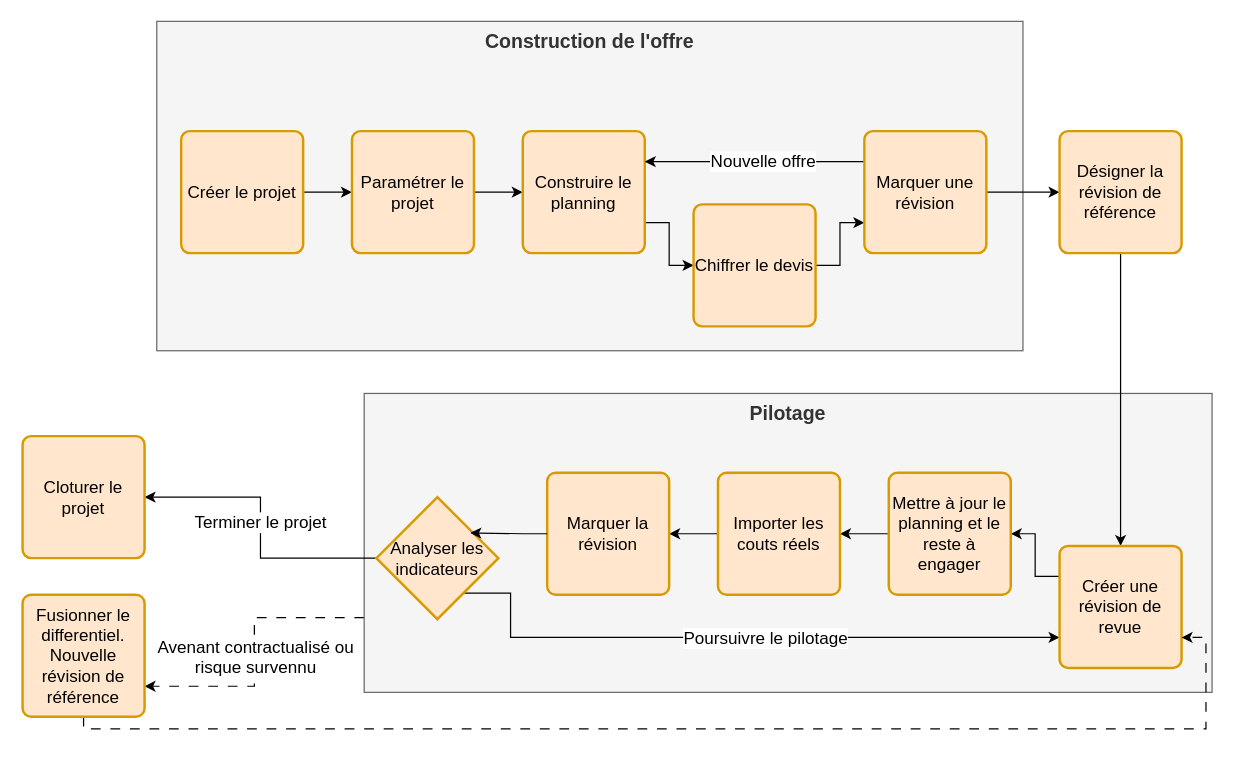
Earlier version of the draw.io diagram page "Flux de travail" (11 of 11) of docs/spec/waterfall.visuels.drawio (waterfall-project/wf-project). Source tidied: cells renumbered, new cells numbered last; positions are measured from the earlier drawing's top-left corner, leaving out a move shared by most shapes. Both pictures are drawn from the tidied source at 122%, with x=0, y=0 at pixel (22, 21).
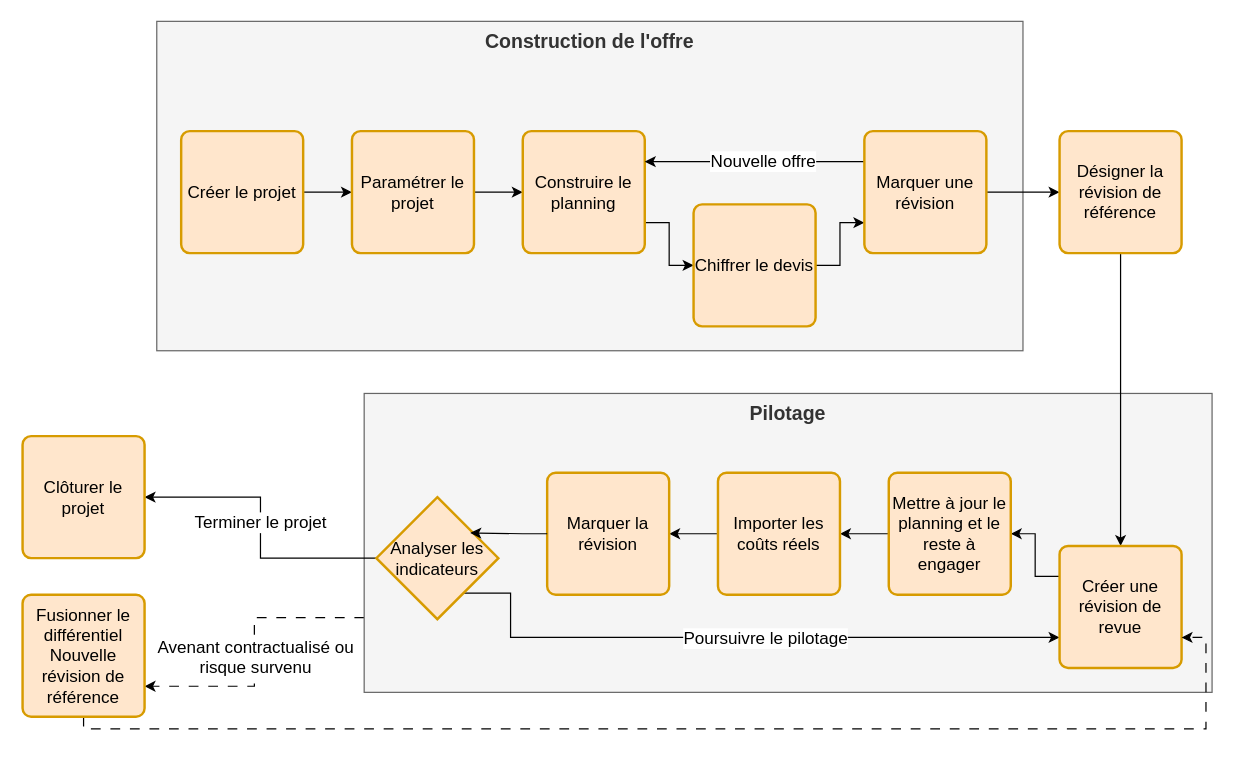
The same diagram, later.

The change refers to these unchanged cells:
```xml
<mxCell id="2" style="edgeStyle=orthogonalEdgeStyle;rounded=0;jettySize=auto;html=1;exitX=0;exitY=0.75;exitDx=0;exitDy=0;entryX=1;entryY=0.75;entryDx=0;entryDy=0;dashed=1;dashPattern=8 8;" parent="1" edge="1" source="4" target="34">
  <mxGeometry relative="1" as="geometry" />
</mxCell>
```

What changed in the source:
```diff
@@
-    <mxCell id="3" value="Avenant contractualisé ou&lt;div&gt;risque survennu&lt;/div&gt;" style="edgeLabel;html=1;align=center;verticalAlign=middle;fontSize=14;" parent="2" vertex="1">
+    <mxCell id="3" value="Avenant contractualisé ou&lt;div&gt;risque survenu&lt;/div&gt;" style="edgeLabel;html=1;align=center;verticalAlign=middle;fontSize=14;" parent="2" vertex="1">
       <mxGeometry x="-0.02" relative="1" as="geometry">
         <mxPoint y="6" as="offset" />
       </mxGeometry>
     </mxCell>
@@
-    <mxCell id="30" value="Importer les couts réels" style="rounded=1;whiteSpace=wrap;html=1;absoluteArcSize=1;arcSize=14;strokeWidth=2;fontSize=14;fillColor=#ffe6cc;strokeColor=#d79b00;" parent="1" vertex="1">
+    <mxCell id="30" value="Importer les coûts réels" style="rounded=1;whiteSpace=wrap;html=1;absoluteArcSize=1;arcSize=14;strokeWidth=2;fontSize=14;fillColor=#ffe6cc;strokeColor=#d79b00;" parent="1" vertex="1">
       <mxGeometry x="570" y="370" width="100" height="100" as="geometry" />
     </mxCell>
@@
-    <mxCell id="32" value="Cloturer le projet" style="rounded=1;whiteSpace=wrap;html=1;absoluteArcSize=1;arcSize=14;strokeWidth=2;fontSize=14;fillColor=#ffe6cc;strokeColor=#d79b00;" parent="1" vertex="1">
+    <mxCell id="32" value="Clôturer le projet" style="rounded=1;whiteSpace=wrap;html=1;absoluteArcSize=1;arcSize=14;strokeWidth=2;fontSize=14;fillColor=#ffe6cc;strokeColor=#d79b00;" parent="1" vertex="1">
       <mxGeometry y="340" width="100" height="100" as="geometry" />
     </mxCell>
@@
-    <mxCell id="34" value="Fusionner le differentiel.&lt;div&gt;Nouvelle révision de référence&lt;/div&gt;" style="rounded=1;whiteSpace=wrap;html=1;absoluteArcSize=1;arcSize=14;strokeWidth=2;fontSize=14;fillColor=#ffe6cc;strokeColor=#d79b00;" parent="1" vertex="1">
+    <mxCell id="34" value="Fusionner le différentiel&lt;div&gt;Nouvelle révision de référence&lt;/div&gt;" style="rounded=1;whiteSpace=wrap;html=1;absoluteArcSize=1;arcSize=14;strokeWidth=2;fontSize=14;fillColor=#ffe6cc;strokeColor=#d79b00;" parent="1" vertex="1">
       <mxGeometry y="470" width="100" height="100" as="geometry" />
     </mxCell>
```
